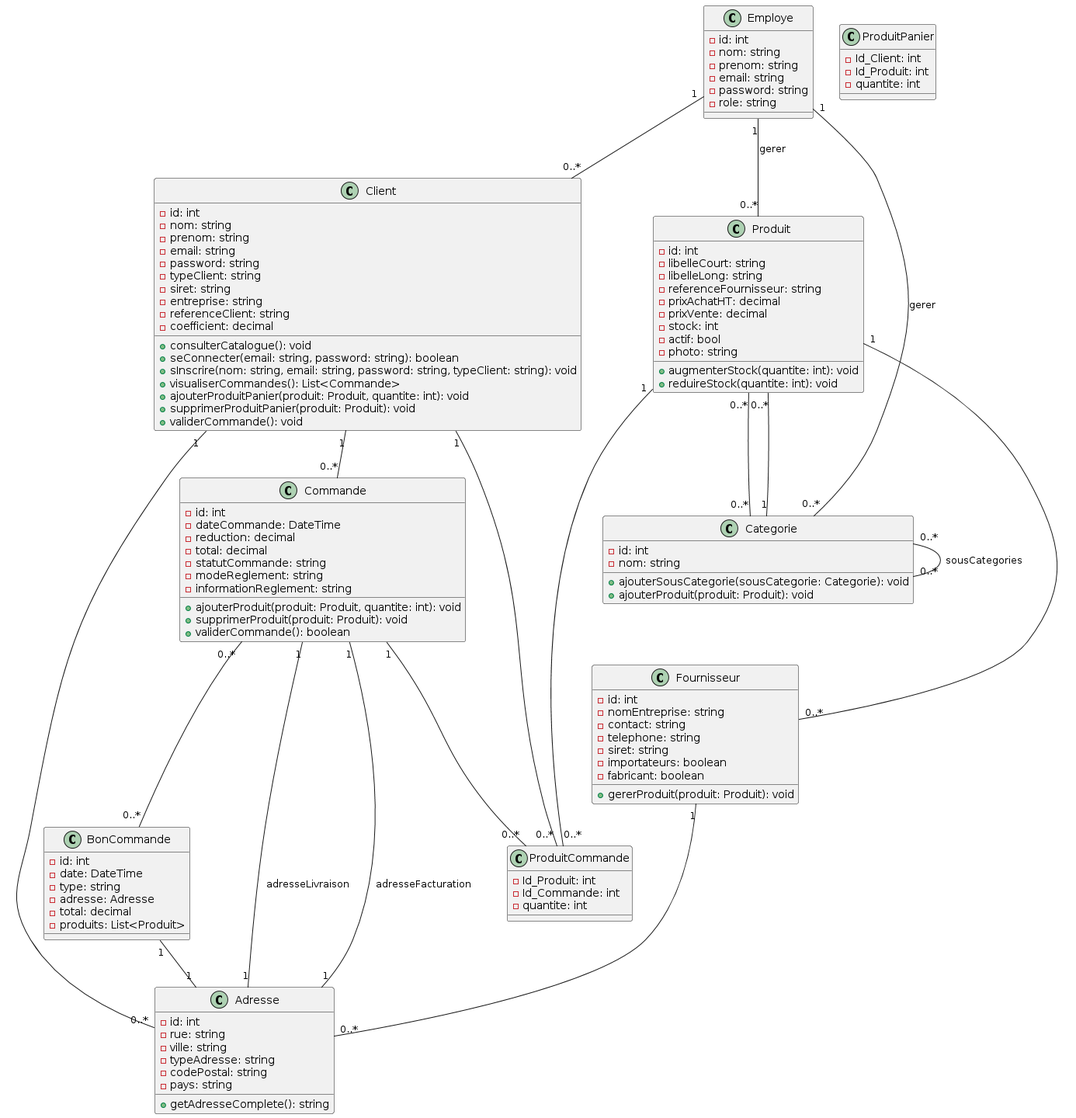
clemence95/villagegreen keeps this PlantUML diagram as modelisation/diagramme_classe.png. Above is the earlier version.
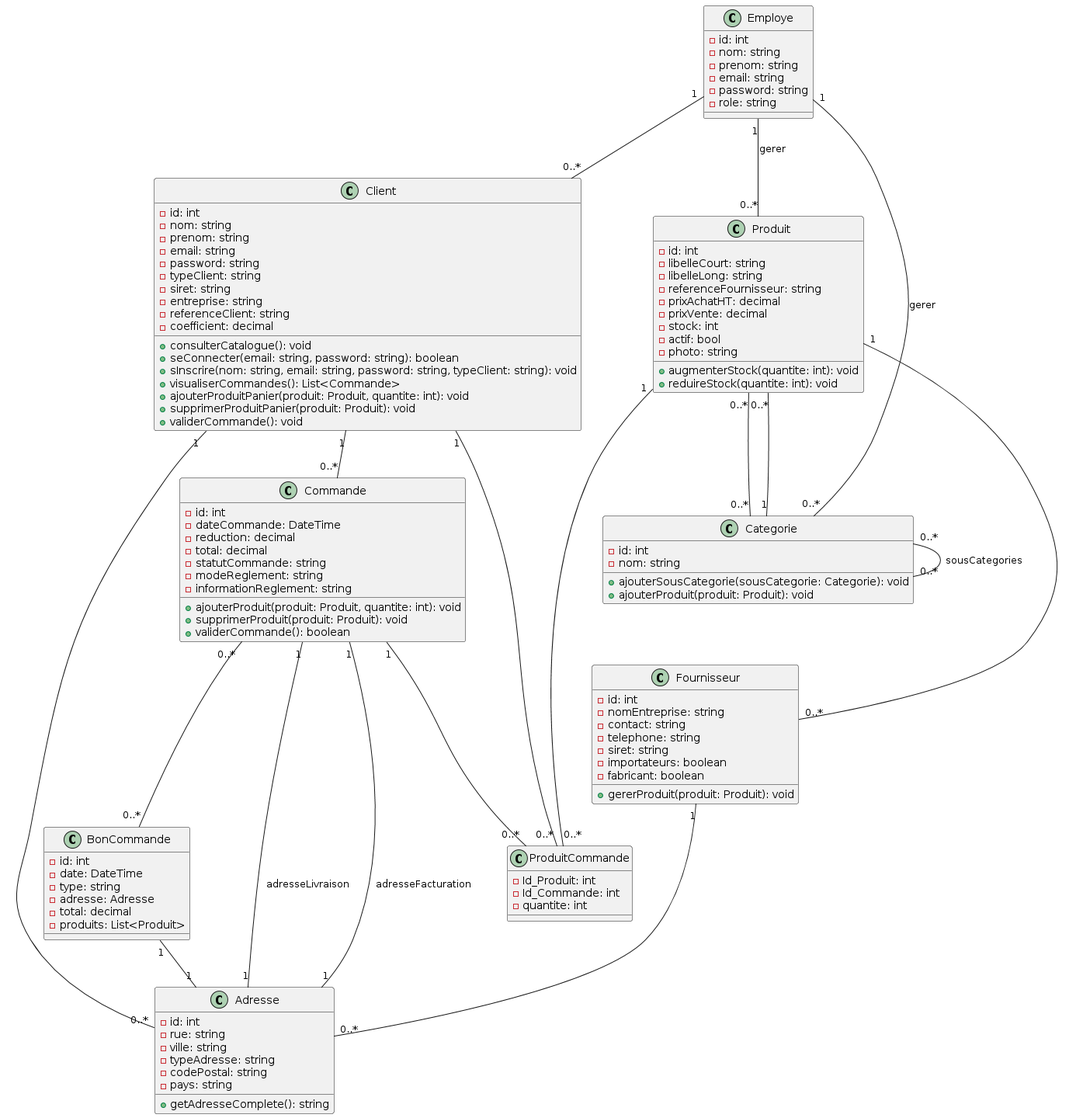
After the change.

Change to the diagram source:
```diff
@@ -98,11 +98,6 @@
     - quantite: int
 }
 
-class ProduitPanier {
-    - Id_Client: int
-    - Id_Produit: int
-    - quantite: int
-}
 
 Client "1" -- "0..*" Commande
 Commande "1" -- "1" Adresse : adresseLivraison
```
